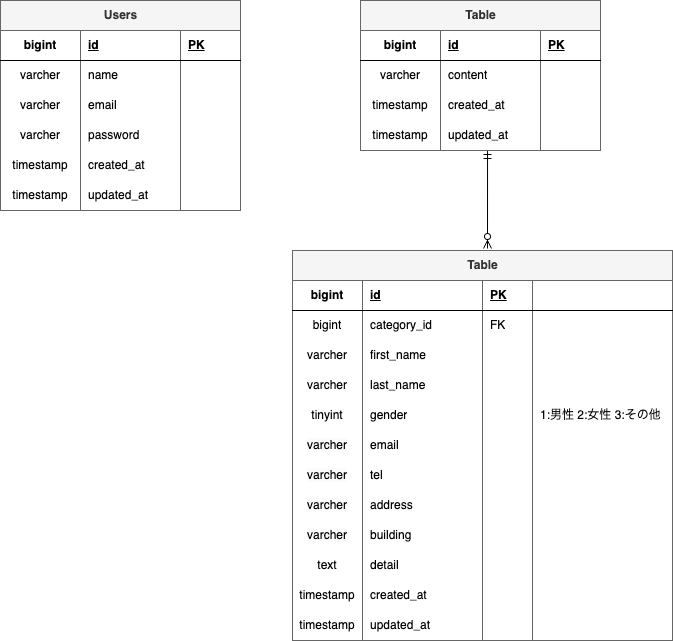
Above: ER.drawio.png in Tamori169/Tamori-kadai1 (draw.io), before the change. Source tidied: cells renumbered, new cells last; positions are measured from the earlier drawing's top-left corner, leaving out a move shared by most shapes.
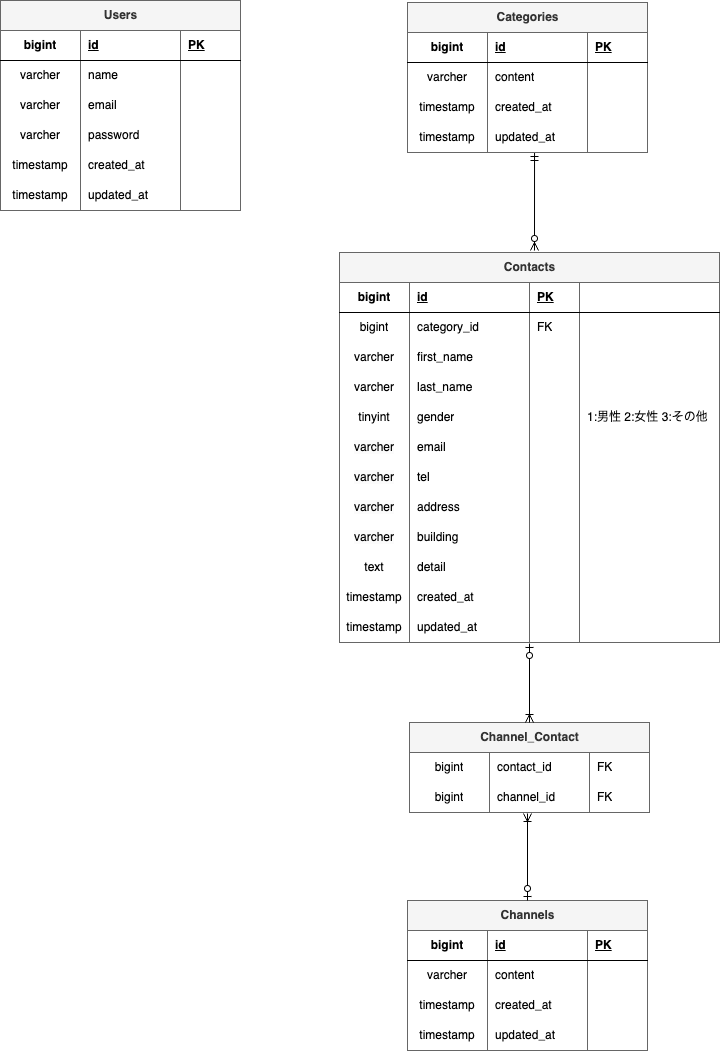
The same diagram one commit later.

What changed in the source:
```diff
@@ -9,7 +9,7 @@
       </mxGeometry>
     </mxCell>
     <mxCell id="3" value="Users" style="shape=table;startSize=30;rowLines=0;fontStyle=1;align=center;html=1;fillColor=#f5f5f5;fontColor=#333333;strokeColor=#666666;" parent="1" vertex="1">
-      <mxGeometry width="240" height="210" as="geometry" />
+      <mxGeometry x="-47" y="-2" width="240" height="210" as="geometry" />
     </mxCell>
     <mxCell id="4" style="shape=tableRow;horizontal=0;startSize=0;swimlaneHead=0;swimlaneBody=0;fillColor=none;top=0;left=0;right=0;bottom=1;" parent="3" vertex="1">
       <mxGeometry y="30" width="240" height="30" as="geometry" />
@@ -83,7 +83,7 @@
     <mxCell id="27" style="shape=partialRectangle;fillColor=none;top=0;left=0;bottom=0;right=0;align=left;spacingLeft=6;overflow=hidden;whiteSpace=wrap;html=1;" parent="24" vertex="1">
       <mxGeometry x="180" width="60" height="30" as="geometry" />
     </mxCell>
-    <mxCell id="28" value="Table" style="shape=table;startSize=30;rowLines=0;fontStyle=1;align=center;html=1;fillColor=#f5f5f5;fontColor=#333333;strokeColor=#666666;" parent="1" vertex="1">
+    <mxCell id="28" value="Categories" style="shape=table;startSize=30;rowLines=0;fontStyle=1;align=center;html=1;fillColor=#f5f5f5;fontColor=#333333;strokeColor=#666666;" parent="1" vertex="1">
       <mxGeometry x="360" width="240" height="150" as="geometry" />
     </mxCell>
     <mxCell id="29" style="shape=tableRow;horizontal=0;startSize=0;swimlaneHead=0;swimlaneBody=0;fillColor=none;top=0;left=0;right=0;bottom=1;" parent="28" vertex="1">
@@ -134,7 +134,7 @@
     <mxCell id="44" style="shape=partialRectangle;fillColor=none;top=0;left=0;bottom=0;right=0;align=left;spacingLeft=6;overflow=hidden;whiteSpace=wrap;html=1;" parent="41" vertex="1">
       <mxGeometry x="180" width="60" height="30" as="geometry" />
     </mxCell>
-    <mxCell id="45" value="Table" style="shape=table;startSize=30;rowLines=0;fontStyle=1;align=center;html=1;fillColor=#f5f5f5;fontColor=#333333;strokeColor=#666666;" parent="1" vertex="1">
+    <mxCell id="45" value="Contacts" style="shape=table;startSize=30;rowLines=0;fontStyle=1;align=center;html=1;fillColor=#f5f5f5;fontColor=#333333;strokeColor=#666666;" parent="1" vertex="1">
       <mxGeometry x="292" y="250" width="380" height="390" as="geometry" />
     </mxCell>
     <mxCell id="46" style="shape=tableRow;horizontal=0;startSize=0;swimlaneHead=0;swimlaneBody=0;fillColor=none;top=0;left=0;right=0;bottom=1;" parent="45" vertex="1">
@@ -317,5 +317,91 @@
     <mxCell id="105" style="shape=partialRectangle;fillColor=none;top=0;left=0;bottom=0;right=0;align=left;spacingLeft=6;overflow=hidden;whiteSpace=wrap;html=1;" parent="101" vertex="1">
       <mxGeometry x="240" width="140" height="30" as="geometry" />
     </mxCell>
+    <mxCell id="106" value="Channels" style="shape=table;startSize=30;rowLines=0;fontStyle=1;align=center;html=1;fillColor=#f5f5f5;fontColor=#333333;strokeColor=#666666;" parent="1" vertex="1">
+      <mxGeometry x="360" y="898" width="240" height="150" as="geometry" />
+    </mxCell>
+    <mxCell id="107" style="shape=tableRow;horizontal=0;startSize=0;swimlaneHead=0;swimlaneBody=0;fillColor=none;top=0;left=0;right=0;bottom=1;" parent="106" vertex="1">
+      <mxGeometry y="30" width="240" height="30" as="geometry" />
+    </mxCell>
+    <mxCell id="108" value="bigint" style="shape=partialRectangle;fillColor=none;top=0;left=0;bottom=0;right=0;fontStyle=1;overflow=hidden;whiteSpace=wrap;html=1;" parent="107" vertex="1">
+      <mxGeometry width="80" height="30" as="geometry" />
+    </mxCell>
+    <mxCell id="109" value="id" style="shape=partialRectangle;fillColor=none;top=0;left=0;bottom=0;right=0;align=left;spacingLeft=6;fontStyle=5;overflow=hidden;whiteSpace=wrap;html=1;" parent="107" vertex="1">
+      <mxGeometry x="80" width="100" height="30" as="geometry" />
+    </mxCell>
+    <mxCell id="110" value="PK" style="shape=partialRectangle;fillColor=none;top=0;left=0;bottom=0;right=0;align=left;spacingLeft=6;fontStyle=5;overflow=hidden;whiteSpace=wrap;html=1;" parent="107" vertex="1">
+      <mxGeometry x="180" width="60" height="30" as="geometry" />
+    </mxCell>
+    <mxCell id="111" style="shape=tableRow;horizontal=0;startSize=0;swimlaneHead=0;swimlaneBody=0;fillColor=none;top=0;left=0;right=0;bottom=0;" parent="106" vertex="1">
+      <mxGeometry y="60" width="240" height="30" as="geometry" />
+    </mxCell>
+    <mxCell id="112" value="varcher" style="shape=partialRectangle;fillColor=none;top=0;left=0;bottom=0;right=0;overflow=hidden;whiteSpace=wrap;html=1;" parent="111" vertex="1">
+      <mxGeometry width="80" height="30" as="geometry" />
+    </mxCell>
+    <mxCell id="113" value="content" style="shape=partialRectangle;fillColor=none;top=0;left=0;bottom=0;right=0;align=left;spacingLeft=6;overflow=hidden;whiteSpace=wrap;html=1;" parent="111" vertex="1">
+      <mxGeometry x="80" width="100" height="30" as="geometry" />
+    </mxCell>
+    <mxCell id="114" style="shape=partialRectangle;fillColor=none;top=0;left=0;bottom=0;right=0;align=left;spacingLeft=6;overflow=hidden;whiteSpace=wrap;html=1;" parent="111" vertex="1">
+      <mxGeometry x="180" width="60" height="30" as="geometry" />
+    </mxCell>
+    <mxCell id="115" style="shape=tableRow;horizontal=0;startSize=0;swimlaneHead=0;swimlaneBody=0;fillColor=none;top=0;left=0;right=0;bottom=0;" parent="106" vertex="1">
+      <mxGeometry y="90" width="240" height="30" as="geometry" />
+    </mxCell>
+    <mxCell id="116" value="timestamp" style="shape=partialRectangle;fillColor=none;top=0;left=0;bottom=0;right=0;overflow=hidden;whiteSpace=wrap;html=1;" parent="115" vertex="1">
+      <mxGeometry width="80" height="30" as="geometry" />
+    </mxCell>
+    <mxCell id="117" value="created_at" style="shape=partialRectangle;fillColor=none;top=0;left=0;bottom=0;right=0;align=left;spacingLeft=6;overflow=hidden;whiteSpace=wrap;html=1;" parent="115" vertex="1">
+      <mxGeometry x="80" width="100" height="30" as="geometry" />
+    </mxCell>
+    <mxCell id="118" style="shape=partialRectangle;fillColor=none;top=0;left=0;bottom=0;right=0;align=left;spacingLeft=6;overflow=hidden;whiteSpace=wrap;html=1;" parent="115" vertex="1">
+      <mxGeometry x="180" width="60" height="30" as="geometry" />
+    </mxCell>
+    <mxCell id="119" style="shape=tableRow;horizontal=0;startSize=0;swimlaneHead=0;swimlaneBody=0;fillColor=none;top=0;left=0;right=0;bottom=0;" parent="106" vertex="1">
+      <mxGeometry y="120" width="240" height="30" as="geometry" />
+    </mxCell>
+    <mxCell id="120" value="timestamp" style="shape=partialRectangle;fillColor=none;top=0;left=0;bottom=0;right=0;overflow=hidden;whiteSpace=wrap;html=1;" parent="119" vertex="1">
+      <mxGeometry width="80" height="30" as="geometry" />
+    </mxCell>
+    <mxCell id="121" value="updated_at" style="shape=partialRectangle;fillColor=none;top=0;left=0;bottom=0;right=0;align=left;spacingLeft=6;overflow=hidden;whiteSpace=wrap;html=1;" parent="119" vertex="1">
+      <mxGeometry x="80" width="100" height="30" as="geometry" />
+    </mxCell>
+    <mxCell id="122" style="shape=partialRectangle;fillColor=none;top=0;left=0;bottom=0;right=0;align=left;spacingLeft=6;overflow=hidden;whiteSpace=wrap;html=1;" parent="119" vertex="1">
+      <mxGeometry x="180" width="60" height="30" as="geometry" />
+    </mxCell>
+    <mxCell id="123" value="Channel_Contact" style="shape=table;startSize=30;rowLines=0;fontStyle=1;align=center;html=1;fillColor=#f5f5f5;fontColor=#333333;strokeColor=#666666;" parent="1" vertex="1">
+      <mxGeometry x="362" y="720" width="240" height="90" as="geometry" />
+    </mxCell>
+    <mxCell id="124" style="shape=tableRow;horizontal=0;startSize=0;swimlaneHead=0;swimlaneBody=0;fillColor=none;top=0;left=0;right=0;bottom=0;" parent="123" vertex="1">
+      <mxGeometry y="30" width="240" height="30" as="geometry" />
+    </mxCell>
+    <mxCell id="125" value="bigint" style="shape=partialRectangle;fillColor=none;top=0;left=0;bottom=0;right=0;overflow=hidden;whiteSpace=wrap;html=1;" parent="124" vertex="1">
+      <mxGeometry width="80" height="30" as="geometry" />
+    </mxCell>
+    <mxCell id="126" value="contact_id" style="shape=partialRectangle;fillColor=none;top=0;left=0;bottom=0;right=0;align=left;spacingLeft=6;overflow=hidden;whiteSpace=wrap;html=1;" parent="124" vertex="1">
+      <mxGeometry x="80" width="100" height="30" as="geometry" />
+    </mxCell>
+    <mxCell id="127" value="FK" style="shape=partialRectangle;fillColor=none;top=0;left=0;bottom=0;right=0;align=left;spacingLeft=6;overflow=hidden;whiteSpace=wrap;html=1;" parent="124" vertex="1">
+      <mxGeometry x="180" width="60" height="30" as="geometry" />
+    </mxCell>
+    <mxCell id="128" style="shape=tableRow;horizontal=0;startSize=0;swimlaneHead=0;swimlaneBody=0;fillColor=none;top=0;left=0;right=0;bottom=0;" parent="123" vertex="1">
+      <mxGeometry y="60" width="240" height="30" as="geometry" />
+    </mxCell>
+    <mxCell id="129" value="bigint" style="shape=partialRectangle;fillColor=none;top=0;left=0;bottom=0;right=0;overflow=hidden;whiteSpace=wrap;html=1;" parent="128" vertex="1">
+      <mxGeometry width="80" height="30" as="geometry" />
+    </mxCell>
+    <mxCell id="130" value="channel_id" style="shape=partialRectangle;fillColor=none;top=0;left=0;bottom=0;right=0;align=left;spacingLeft=6;overflow=hidden;whiteSpace=wrap;html=1;" parent="128" vertex="1">
+      <mxGeometry x="80" width="100" height="30" as="geometry" />
+    </mxCell>
+    <mxCell id="131" value="FK" style="shape=partialRectangle;fillColor=none;top=0;left=0;bottom=0;right=0;align=left;spacingLeft=6;overflow=hidden;whiteSpace=wrap;html=1;" parent="128" vertex="1">
+      <mxGeometry x="180" width="60" height="30" as="geometry" />
+    </mxCell>
+    <mxCell id="132" style="fontSize=12;html=1;endArrow=ERoneToMany;startArrow=ERzeroToOne;entryX=0.5;entryY=0;entryDx=0;entryDy=0;rounded=0;exitX=0.5;exitY=1.033;exitDx=0;exitDy=0;exitPerimeter=0;horizontal=1;" parent="1" edge="1" source="101" target="123">
+      <mxGeometry relative="1" as="geometry" />
+    </mxCell>
+    <mxCell id="133" style="fontSize=12;html=1;endArrow=ERoneToMany;startArrow=ERzeroToOne;rounded=0;exitX=0.5;exitY=0;exitDx=0;exitDy=0;horizontal=1;" parent="1" edge="1" source="106">
+      <mxGeometry relative="1" as="geometry">
+        <mxPoint x="480" y="811" as="targetPoint" />
+      </mxGeometry>
+    </mxCell>
   </root>
 </mxGraphModel>
```
